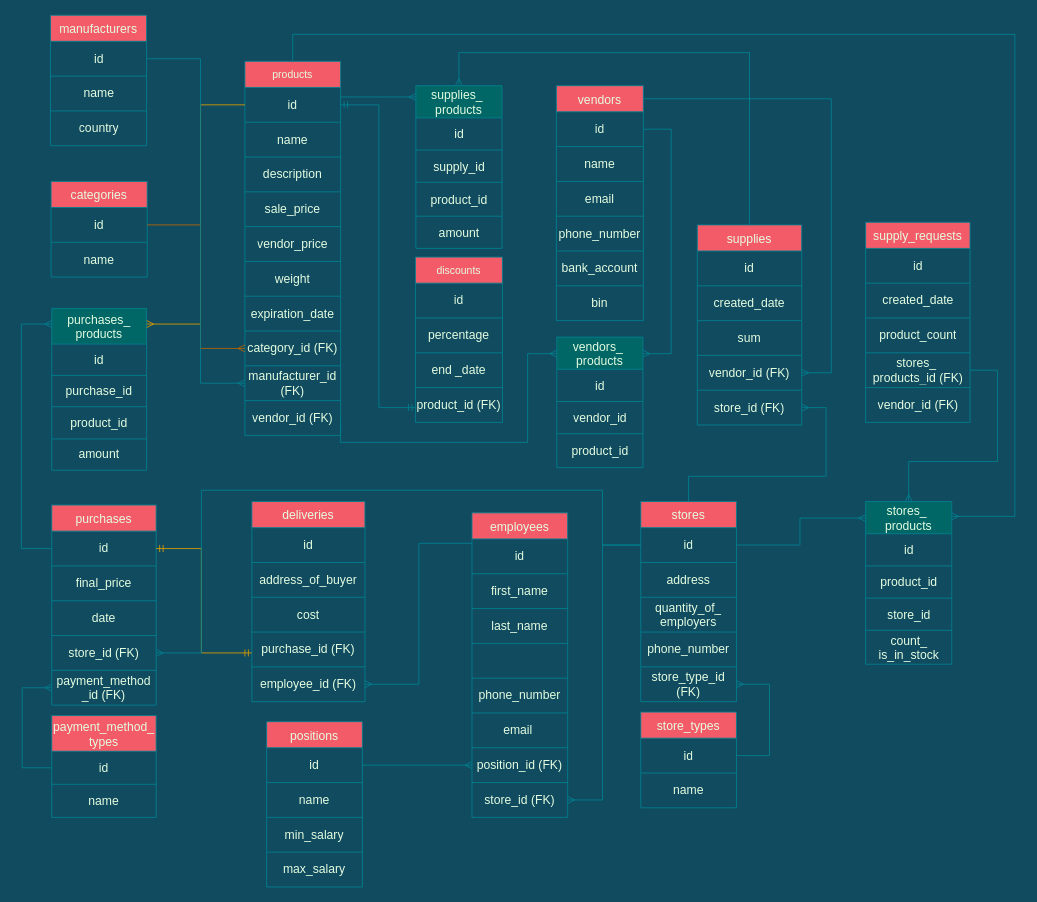
The draw.io diagram ER.drawio in Khatep/pl-sql-final, before the edit. Source tidied: cells renumbered, new cells numbered last; positions are measured from the earlier drawing's top-left corner, leaving out a move shared by most shapes. Both pictures are drawn from the tidied source at 87%, with x=0, y=0 at pixel (21, 15).
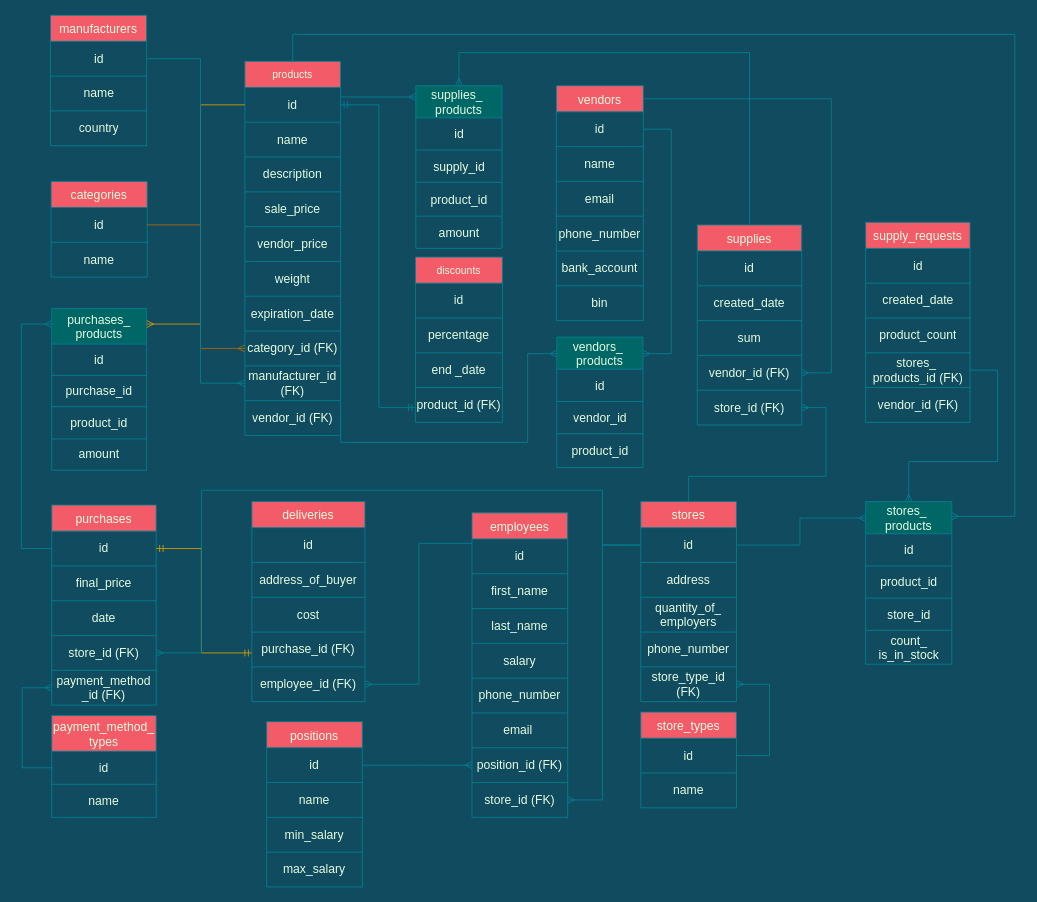
Above is the later version.

Commit message (it also covers changes not shown here):
modify: create | insert | ER, create: procedures

Unchanged cells that the change refers to:
```xml
<mxCell id="89" style="shape=tableRow;horizontal=0;startSize=0;swimlaneHead=0;swimlaneBody=0;top=0;left=0;bottom=0;right=0;fillColor=none;fontSize=14;strokeColor=#028090;fontColor=#E4FDE1;" parent="82" vertex="1">
  <mxGeometry y="150" width="110" height="40" as="geometry" />
</mxCell>
```

Change to the diagram source:
```diff
@@
-    <mxCell id="90" style="shape=partialRectangle;html=1;whiteSpace=wrap;overflow=hidden;fillColor=none;top=0;left=0;bottom=0;right=0;fontSize=14;strokeColor=#028090;fontColor=#E4FDE1;" parent="89" vertex="1">
+    <mxCell id="90" value="salary" style="shape=partialRectangle;html=1;whiteSpace=wrap;overflow=hidden;fillColor=none;top=0;left=0;bottom=0;right=0;fontSize=14;strokeColor=#028090;fontColor=#E4FDE1;" parent="89" vertex="1">
       <mxGeometry width="110" height="40" as="geometry" />
     </mxCell>
```
